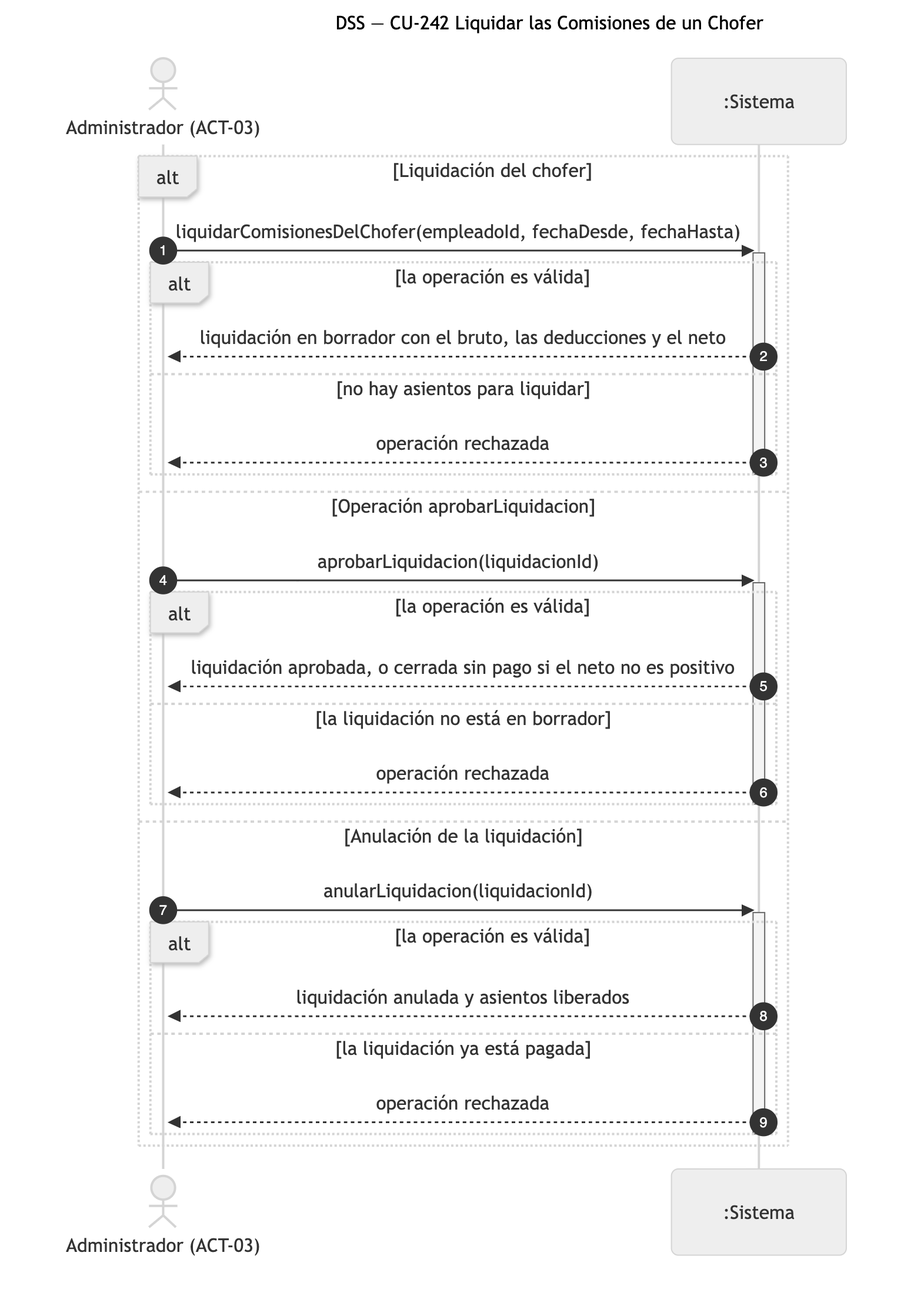
The Mermaid diagram diagramas/png/DSS_CU-242_Liquidar-las-Comisiones-de-un-Chofer.png in Nahuelito-Dev/splg-docs, before a commit. Its source is kept beside it as diagramas/DSS_CU-242_Liquidar-las-Comisiones-de-un-Chofer.mmd.
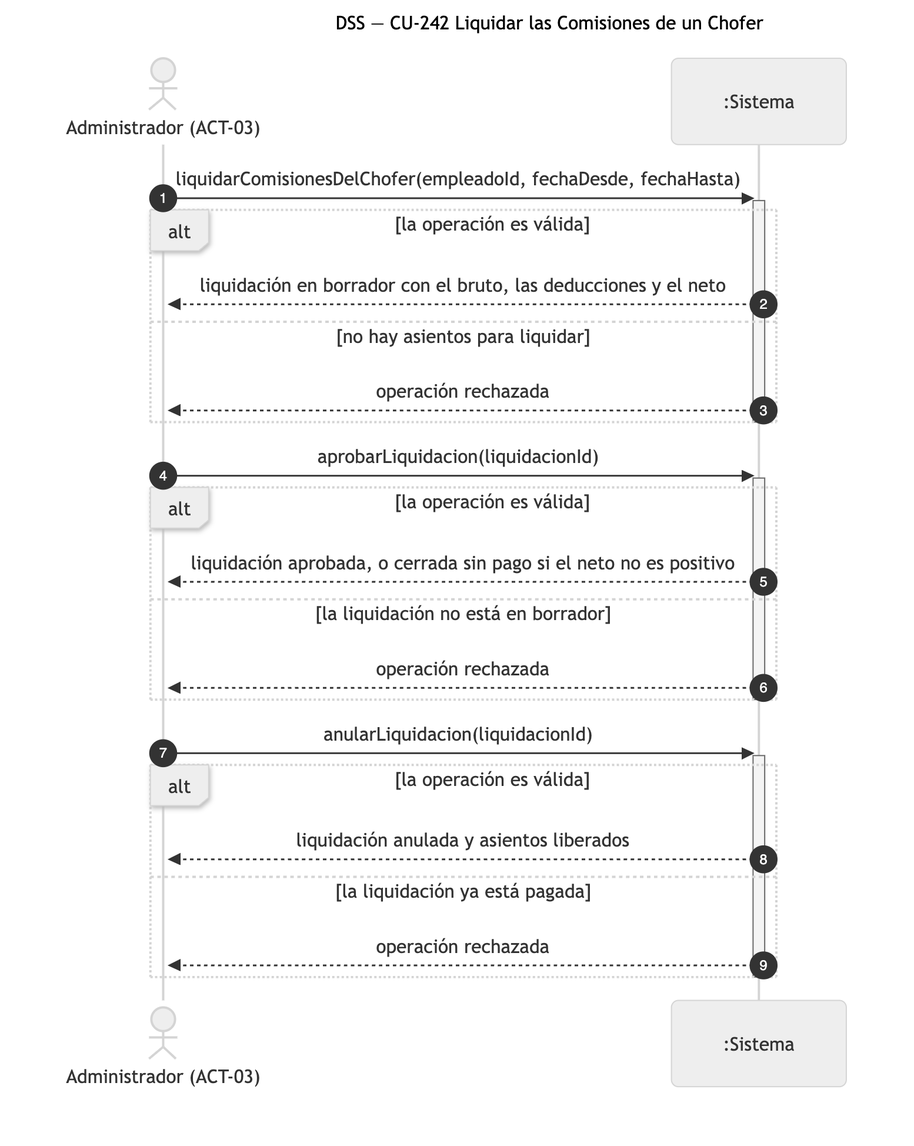
After the commit.

Change to the diagram source:
```diff
@@ -4,31 +4,29 @@
     actor ADM as Administrador (ACT-03)
     participant SIS as :Sistema
 
-    alt Liquidación del chofer
-        ADM->>SIS: liquidarComisionesDelChofer(empleadoId, fechaDesde, fechaHasta)
-        activate SIS
-        alt la operación es válida
-            SIS-->>ADM: liquidación en borrador con el bruto, las deducciones y el neto
-        else no hay asientos para liquidar
-            SIS-->>ADM: operación rechazada
-        end
-        deactivate SIS
-    else Operación aprobarLiquidacion
-        ADM->>SIS: aprobarLiquidacion(liquidacionId)
-        activate SIS
-        alt la operación es válida
-            SIS-->>ADM: liquidación aprobada, o cerrada sin pago si el neto no es positivo
-        else la liquidación no está en borrador
-            SIS-->>ADM: operación rechazada
-        end
-        deactivate SIS
-    else Anulación de la liquidación
-        ADM->>SIS: anularLiquidacion(liquidacionId)
-        activate SIS
-        alt la operación es válida
-            SIS-->>ADM: liquidación anulada y asientos liberados
-        else la liquidación ya está pagada
-            SIS-->>ADM: operación rechazada
-        end
-        deactivate SIS
+    ADM->>SIS: liquidarComisionesDelChofer(empleadoId, fechaDesde, fechaHasta)
+    activate SIS
+    alt la operación es válida
+        SIS-->>ADM: liquidación en borrador con el bruto, las deducciones y el neto
+    else no hay asientos para liquidar
+        SIS-->>ADM: operación rechazada
     end
+    deactivate SIS
+
+    ADM->>SIS: aprobarLiquidacion(liquidacionId)
+    activate SIS
+    alt la operación es válida
+        SIS-->>ADM: liquidación aprobada, o cerrada sin pago si el neto no es positivo
+    else la liquidación no está en borrador
+        SIS-->>ADM: operación rechazada
+    end
+    deactivate SIS
+
+    ADM->>SIS: anularLiquidacion(liquidacionId)
+    activate SIS
+    alt la operación es válida
+        SIS-->>ADM: liquidación anulada y asientos liberados
+    else la liquidación ya está pagada
+        SIS-->>ADM: operación rechazada
+    end
+    deactivate SIS
```
